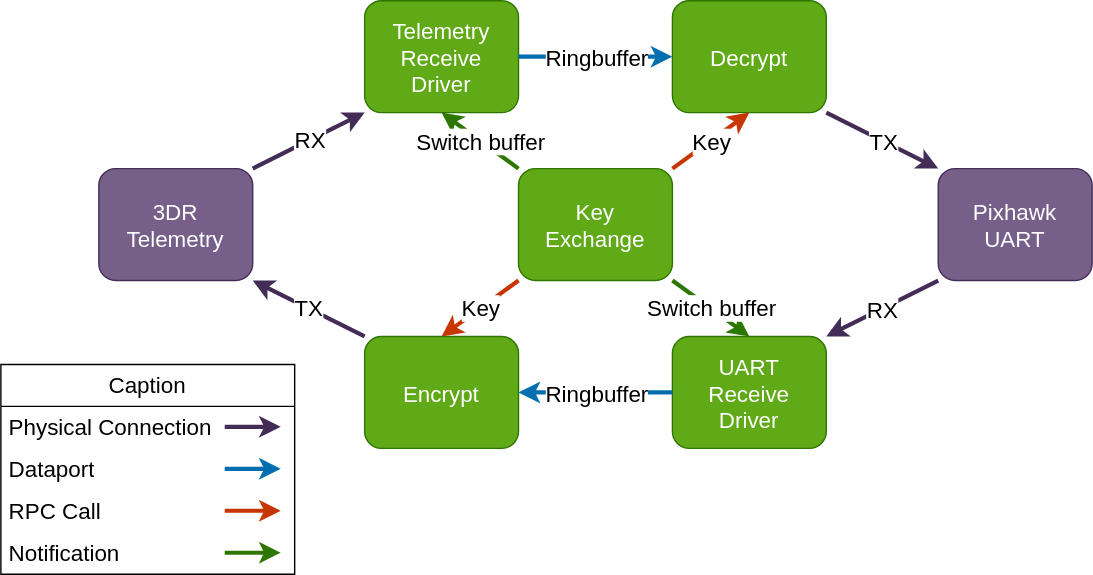
Above: pics/components.svg in colorglass/seL4_rpi4 (draw.io), before the change. Source tidied: cells renumbered, new cells last; positions are measured from the earlier drawing's top-left corner, leaving out a move shared by most shapes.
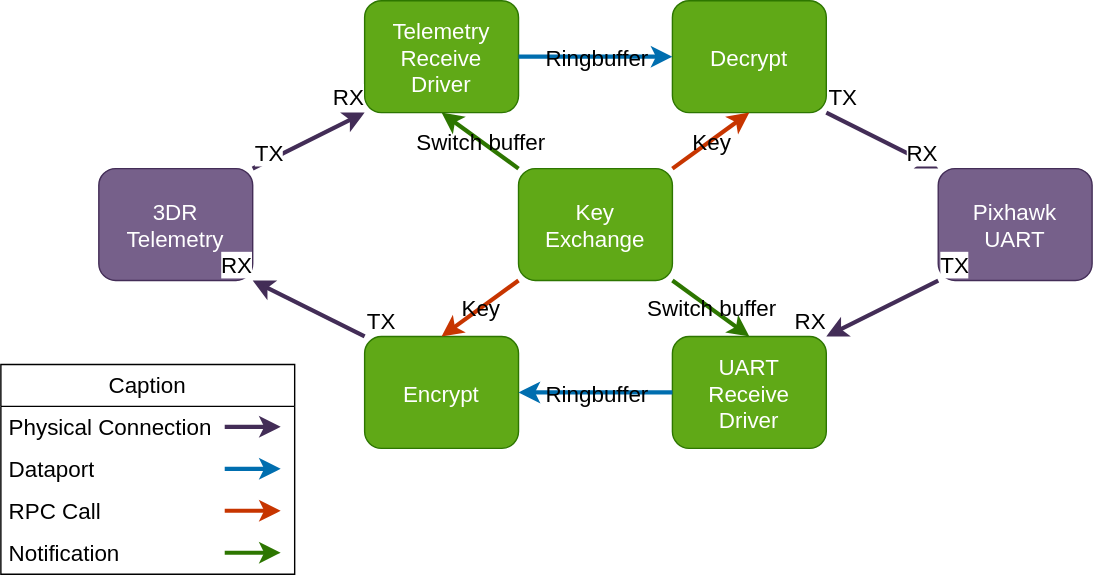
The same file after the commit.

Change to the diagram source:
```diff
@@ -62,65 +62,77 @@
     <mxCell id="17" value="&lt;font style=&quot;font-size: 16px;&quot;&gt;Notification&lt;/font&gt;" style="text;strokeColor=none;fillColor=none;align=left;verticalAlign=middle;spacingLeft=4;spacingRight=4;overflow=hidden;whiteSpace=wrap;html=1;" parent="9" vertex="1">
       <mxGeometry y="120" width="210" height="30" as="geometry" />
     </mxCell>
-    <mxCell id="18" style="endArrow=classic;html=1;exitX=1;exitY=0;exitDx=0;exitDy=0;entryX=0;entryY=1;entryDx=0;entryDy=0;strokeWidth=3;fillColor=#76608a;strokeColor=#432D57;" parent="1" edge="1" source="2" target="3">
-      <mxGeometry relative="1" as="geometry" />
-    </mxCell>
-    <mxCell id="19" value="&lt;font style=&quot;font-size: 16px;&quot;&gt;RX&lt;/font&gt;" style="edgeLabel;html=1;align=center;verticalAlign=middle;" parent="18" vertex="1">
-      <mxGeometry relative="1" as="geometry" />
-    </mxCell>
-    <mxCell id="20" style="endArrow=classic;html=1;exitX=0;exitY=0;exitDx=0;exitDy=0;strokeWidth=3;fillColor=#76608a;strokeColor=#432D57;entryX=1;entryY=1;entryDx=0;entryDy=0;" parent="1" edge="1" source="5" target="2">
-      <mxGeometry relative="1" as="geometry" />
-    </mxCell>
-    <mxCell id="21" value="&lt;font style=&quot;font-size: 16px;&quot;&gt;TX&lt;/font&gt;" style="edgeLabel;html=1;align=center;verticalAlign=middle;" parent="20" vertex="1">
-      <mxGeometry relative="1" as="geometry" />
-    </mxCell>
     <mxCell id="22" style="endArrow=classic;html=1;exitX=0;exitY=0;exitDx=0;exitDy=0;entryX=0.5;entryY=1;entryDx=0;entryDy=0;strokeWidth=3;fillColor=#60a917;strokeColor=#2D7600;" parent="1" edge="1" source="8" target="3">
       <mxGeometry relative="1" as="geometry" />
     </mxCell>
-    <mxCell id="23" value="&lt;font style=&quot;font-size: 16px;&quot;&gt;Switch buffer&lt;/font&gt;" style="edgeLabel;html=1;align=center;verticalAlign=middle;" parent="22" vertex="1">
+    <mxCell id="23" value="&lt;font style=&quot;font-size: 16px;&quot;&gt;Switch buffer&lt;/font&gt;" style="edgeLabel;html=1;align=center;verticalAlign=middle;labelBackgroundColor=none;" parent="22" vertex="1">
       <mxGeometry relative="1" as="geometry" />
     </mxCell>
     <mxCell id="24" style="endArrow=classic;html=1;exitX=1;exitY=1;exitDx=0;exitDy=0;entryX=0.5;entryY=0;entryDx=0;entryDy=0;strokeWidth=3;fillColor=#60a917;strokeColor=#2D7600;" parent="1" edge="1" source="8" target="7">
       <mxGeometry relative="1" as="geometry" />
     </mxCell>
-    <mxCell id="25" value="&lt;font style=&quot;font-size: 16px;&quot;&gt;Switch buffer&lt;/font&gt;" style="edgeLabel;html=1;align=center;verticalAlign=middle;" parent="24" vertex="1">
+    <mxCell id="25" value="&lt;font style=&quot;font-size: 16px;&quot;&gt;Switch buffer&lt;/font&gt;" style="edgeLabel;html=1;align=center;verticalAlign=middle;labelBackgroundColor=none;" parent="24" vertex="1">
       <mxGeometry relative="1" as="geometry" />
     </mxCell>
     <mxCell id="26" style="endArrow=classic;html=1;exitX=1;exitY=0;exitDx=0;exitDy=0;entryX=0.5;entryY=1;entryDx=0;entryDy=0;strokeWidth=3;fillColor=#fa6800;strokeColor=#C73500;" parent="1" edge="1" source="8" target="4">
       <mxGeometry relative="1" as="geometry" />
     </mxCell>
-    <mxCell id="27" value="&lt;font style=&quot;font-size: 16px;&quot;&gt;Key&lt;/font&gt;" style="edgeLabel;html=1;align=center;verticalAlign=middle;" parent="26" vertex="1">
+    <mxCell id="27" value="&lt;font style=&quot;font-size: 16px;&quot;&gt;Key&lt;/font&gt;" style="edgeLabel;html=1;align=center;verticalAlign=middle;labelBackgroundColor=none;" parent="26" vertex="1">
       <mxGeometry relative="1" as="geometry" />
     </mxCell>
     <mxCell id="28" style="endArrow=classic;html=1;exitX=0;exitY=1;exitDx=0;exitDy=0;entryX=0.5;entryY=0;entryDx=0;entryDy=0;strokeWidth=3;fillColor=#fa6800;strokeColor=#C73500;" parent="1" edge="1" source="8" target="5">
       <mxGeometry relative="1" as="geometry" />
     </mxCell>
-    <mxCell id="29" value="&lt;font style=&quot;font-size: 16px;&quot;&gt;Key&lt;/font&gt;" style="edgeLabel;html=1;align=center;verticalAlign=middle;" parent="28" vertex="1">
+    <mxCell id="29" value="&lt;font style=&quot;font-size: 16px;&quot;&gt;Key&lt;/font&gt;" style="edgeLabel;html=1;align=center;verticalAlign=middle;labelBackgroundColor=none;" parent="28" vertex="1">
       <mxGeometry relative="1" as="geometry" />
     </mxCell>
     <mxCell id="30" style="endArrow=classic;html=1;exitX=1;exitY=0.5;exitDx=0;exitDy=0;entryX=0;entryY=0.5;entryDx=0;entryDy=0;strokeWidth=3;fillColor=#1ba1e2;strokeColor=#006EAF;" parent="1" edge="1" source="3" target="4">
       <mxGeometry relative="1" as="geometry" />
     </mxCell>
-    <mxCell id="31" value="&lt;font style=&quot;font-size: 16px;&quot;&gt;Ringbuffer&lt;/font&gt;" style="edgeLabel;html=1;align=center;verticalAlign=middle;" parent="30" vertex="1">
+    <mxCell id="31" value="&lt;font style=&quot;font-size: 16px;&quot;&gt;Ringbuffer&lt;/font&gt;" style="edgeLabel;html=1;align=center;verticalAlign=middle;labelBackgroundColor=none;" parent="30" vertex="1">
       <mxGeometry relative="1" as="geometry" />
     </mxCell>
     <mxCell id="32" style="endArrow=classic;html=1;exitX=0;exitY=0.5;exitDx=0;exitDy=0;entryX=1;entryY=0.5;entryDx=0;entryDy=0;strokeWidth=3;fillColor=#1ba1e2;strokeColor=#006EAF;" parent="1" edge="1" source="7" target="5">
       <mxGeometry relative="1" as="geometry" />
     </mxCell>
-    <mxCell id="33" value="&lt;font style=&quot;font-size: 16px;&quot;&gt;Ringbuffer&lt;/font&gt;" style="edgeLabel;html=1;align=center;verticalAlign=middle;" parent="32" vertex="1">
+    <mxCell id="33" value="&lt;font style=&quot;font-size: 16px;&quot;&gt;Ringbuffer&lt;/font&gt;" style="edgeLabel;html=1;align=center;verticalAlign=middle;labelBackgroundColor=none;" parent="32" vertex="1">
       <mxGeometry relative="1" as="geometry" />
     </mxCell>
+    <mxCell id="37" style="endArrow=classic;html=1;exitX=1;exitY=0;exitDx=0;exitDy=0;entryX=0;entryY=1;entryDx=0;entryDy=0;strokeWidth=3;fillColor=#76608a;strokeColor=#432D57;" parent="1" edge="1" source="2" target="3">
+      <mxGeometry relative="1" as="geometry" />
+    </mxCell>
+    <mxCell id="38" value="&lt;font style=&quot;font-size: 16px;&quot;&gt;TX&lt;/font&gt;" style="edgeLabel;html=1;align=left;verticalAlign=bottom;" parent="37" vertex="1">
+      <mxGeometry x="-1" relative="1" as="geometry" />
+    </mxCell>
+    <mxCell id="39" value="&lt;font style=&quot;font-size: 16px;&quot;&gt;RX&lt;/font&gt;" style="edgeLabel;html=1;align=right;verticalAlign=bottom;" parent="37" vertex="1">
+      <mxGeometry x="1" relative="1" as="geometry" />
+    </mxCell>
+    <mxCell id="20" style="endArrow=classic;html=1;exitX=0;exitY=0;exitDx=0;exitDy=0;entryX=1;entryY=1;entryDx=0;entryDy=0;strokeWidth=3;fillColor=#76608a;strokeColor=#432D57;" parent="1" edge="1" source="5" target="2">
+      <mxGeometry relative="1" as="geometry" />
+    </mxCell>
+    <mxCell id="40" value="&lt;font style=&quot;font-size: 16px;&quot;&gt;TX&lt;/font&gt;" style="edgeLabel;html=1;align=left;verticalAlign=bottom;" parent="20" vertex="1">
+      <mxGeometry x="-1" relative="1" as="geometry" />
+    </mxCell>
+    <mxCell id="41" value="&lt;font style=&quot;font-size: 16px;&quot;&gt;RX&lt;/font&gt;" style="edgeLabel;html=1;align=right;verticalAlign=bottom;" parent="20" vertex="1">
+      <mxGeometry x="1" relative="1" as="geometry" />
+    </mxCell>
-    <mxCell id="34" style="endArrow=classic;html=1;exitX=1;exitY=1;exitDx=0;exitDy=0;strokeWidth=3;fillColor=#76608a;strokeColor=#432D57;entryX=0;entryY=0;entryDx=0;entryDy=0;" parent="1" edge="1" source="4" target="6">
+    <mxCell id="34" style="endArrow=classic;html=1;exitX=1;exitY=1;exitDx=0;exitDy=0;entryX=0;entryY=0;entryDx=0;entryDy=0;strokeWidth=3;fillColor=#76608a;strokeColor=#432D57;" parent="1" edge="1" source="4" target="6">
       <mxGeometry relative="1" as="geometry" />
     </mxCell>
-    <mxCell id="35" value="&lt;font style=&quot;font-size: 16px;&quot;&gt;TX&lt;/font&gt;" style="edgeLabel;html=1;align=center;verticalAlign=middle;" parent="34" vertex="1">
-      <mxGeometry relative="1" as="geometry" />
-    </mxCell>
+    <mxCell id="42" value="&lt;font style=&quot;font-size: 16px;&quot;&gt;TX&lt;/font&gt;" style="edgeLabel;html=1;align=left;verticalAlign=bottom;" parent="34" vertex="1">
+      <mxGeometry x="-1" relative="1" as="geometry" />
+    </mxCell>
+    <mxCell id="43" value="&lt;font style=&quot;font-size: 16px;&quot;&gt;RX&lt;/font&gt;" style="edgeLabel;html=1;align=right;verticalAlign=bottom;" parent="34" vertex="1">
+      <mxGeometry x="1" relative="1" as="geometry" />
+    </mxCell>
     <mxCell id="36" style="endArrow=classic;html=1;exitX=0;exitY=1;exitDx=0;exitDy=0;entryX=1;entryY=0;entryDx=0;entryDy=0;strokeWidth=3;fillColor=#76608a;strokeColor=#432D57;" parent="1" edge="1" source="6" target="7">
       <mxGeometry relative="1" as="geometry" />
     </mxCell>
-    <mxCell id="37" value="&lt;font style=&quot;font-size: 16px;&quot;&gt;RX&lt;/font&gt;" style="edgeLabel;html=1;align=center;verticalAlign=middle;" parent="36" vertex="1">
-      <mxGeometry relative="1" as="geometry" />
-    </mxCell>
+    <mxCell id="44" value="&lt;font style=&quot;font-size: 16px;&quot;&gt;TX&lt;/font&gt;" style="edgeLabel;html=1;align=left;verticalAlign=bottom;" parent="36" vertex="1">
+      <mxGeometry x="-1" relative="1" as="geometry" />
+    </mxCell>
+    <mxCell id="45" value="&lt;font style=&quot;font-size: 16px;&quot;&gt;RX&lt;/font&gt;" style="edgeLabel;html=1;align=right;verticalAlign=bottom;" parent="36" vertex="1">
+      <mxGeometry x="1" relative="1" as="geometry" />
+    </mxCell>
   </root>
 </mxGraphModel>
```
